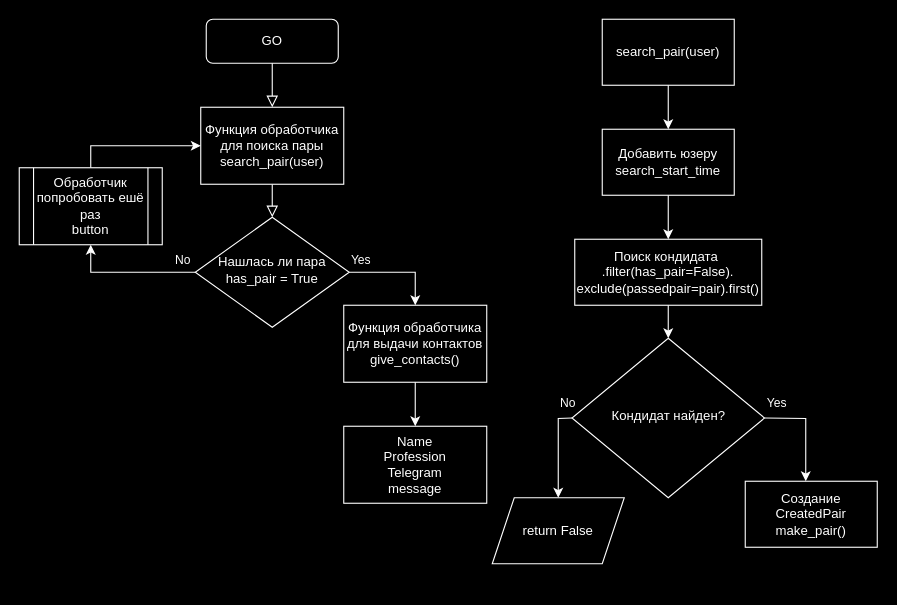
This is docs/flowchart_search_pair.drawio from Studio-Yandex-Practicum/RandomCoffeeBotTelegram, a draw.io file, before an edit. Source tidied: cells renumbered, new cells numbered last; positions are measured from the earlier drawing's top-left corner, leaving out a move shared by most shapes. Both pictures are drawn from the tidied source at 110%, with x=0, y=0 at pixel (19, 19).
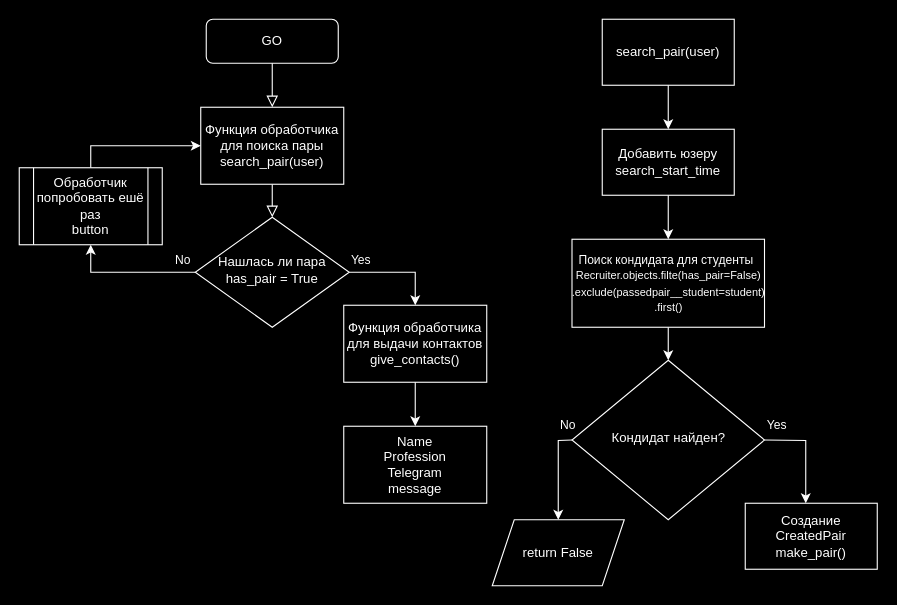
The same page after the edit.

Commit message (it also covers changes not shown here):
changed algorithm to search pair

What changed in the source:
```diff
@@
     <mxCell id="19" value="Кондидат найден?" style="rhombus;whiteSpace=wrap;html=1;shadow=0;fontFamily=Helvetica;fontSize=12;align=center;strokeWidth=1;spacing=6;spacingTop=-4;fillColor=#000000;strokeColor=#FFFFFF;fontColor=#FFFFFF;" parent="1" vertex="1">
-      <mxGeometry x="502.5" y="290" width="175" height="145" as="geometry" />
+      <mxGeometry x="502.5" y="310" width="175" height="145" as="geometry" />
     </mxCell>
     <mxCell id="20" style="endArrow=classic;html=1;rounded=0;exitX=1;exitY=0.5;exitDx=0;exitDy=0;entryX=0.5;entryY=0;entryDx=0;entryDy=0;fillColor=#b0e3e6;strokeColor=#FFFFFF;fontColor=#FFFFFF;" parent="1" edge="1" source="19">
       <mxGeometry relative="1" as="geometry">
-        <mxPoint x="715" y="420" as="targetPoint" />
+        <mxPoint x="715" y="440" as="targetPoint" />
         <Array as="points">
-          <mxPoint x="715" y="363" />
+          <mxPoint x="715" y="383" />
         </Array>
       </mxGeometry>
     </mxCell>
@@
     <mxCell id="22" value="&lt;span style=&quot;font-family: Helvetica; font-size: 11px; font-style: normal; font-variant-ligatures: normal; font-variant-caps: normal; font-weight: 400; letter-spacing: normal; orphans: 2; text-align: center; text-indent: 0px; text-transform: none; widows: 2; word-spacing: 0px; -webkit-text-stroke-width: 0px; text-decoration-thickness: initial; text-decoration-style: initial; text-decoration-color: initial; float: none; display: inline !important;&quot;&gt;Yes&lt;/span&gt;" style="text;whiteSpace=wrap;html=1;fillColor=none;labelBackgroundColor=none;fontColor=#FFFFFF;" parent="1" vertex="1">
-      <mxGeometry x="677.5" y="335" width="50" height="40" as="geometry" />
+      <mxGeometry x="677.5" y="355" width="50" height="40" as="geometry" />
     </mxCell>
     <mxCell id="23" value="Создание CreatedPair&lt;br&gt;make_pair()" style="rounded=0;whiteSpace=wrap;html=1;fillColor=#000000;strokeColor=#FFFFFF;fontColor=#FFFFFF;" parent="1" vertex="1">
-      <mxGeometry x="660" y="420" width="120" height="60" as="geometry" />
+      <mxGeometry x="660" y="440" width="120" height="60" as="geometry" />
     </mxCell>
     <mxCell id="24" style="endArrow=classic;html=1;rounded=0;exitX=0;exitY=0.5;exitDx=0;exitDy=0;entryX=0.5;entryY=0;entryDx=0;entryDy=0;fillColor=#b0e3e6;strokeColor=#FFFFFF;fontColor=#FFFFFF;" parent="1" edge="1" source="19" target="25">
       <mxGeometry relative="1" as="geometry">
         <Array as="points">
-          <mxPoint x="490" y="363" />
+          <mxPoint x="490" y="383" />
         </Array>
       </mxGeometry>
     </mxCell>
     <mxCell id="25" value="return False" style="shape=parallelogram;perimeter=parallelogramPerimeter;whiteSpace=wrap;html=1;fixedSize=1;fillColor=#000000;strokeColor=#FFFFFF;fontColor=#FFFFFF;" parent="1" vertex="1">
-      <mxGeometry x="430" y="435" width="120" height="60" as="geometry" />
+      <mxGeometry x="430" y="455" width="120" height="60" as="geometry" />
     </mxCell>
     <mxCell id="26" value="&lt;span style=&quot;font-family: Helvetica; font-size: 11px; font-style: normal; font-variant-ligatures: normal; font-variant-caps: normal; font-weight: 400; letter-spacing: normal; orphans: 2; text-align: center; text-indent: 0px; text-transform: none; widows: 2; word-spacing: 0px; -webkit-text-stroke-width: 0px; text-decoration-thickness: initial; text-decoration-style: initial; text-decoration-color: initial; float: none; display: inline !important;&quot;&gt;No&lt;/span&gt;" style="text;whiteSpace=wrap;html=1;fillColor=none;gradientColor=default;strokeColor=none;labelBackgroundColor=none;fontColor=#FFFFFF;" parent="1" vertex="1">
-      <mxGeometry x="490" y="335" width="50" height="40" as="geometry" />
+      <mxGeometry x="490" y="355" width="50" height="40" as="geometry" />
     </mxCell>
-    <mxCell id="27" value="Поиск кондидата&amp;nbsp;&lt;br&gt;.filter(has_pair=False).&lt;br&gt;exclude(passedpair=pair).first()" style="rounded=0;whiteSpace=wrap;html=1;fillColor=#000000;strokeColor=#FFFFFF;fontColor=#FFFFFF;" parent="1" vertex="1">
-      <mxGeometry x="505" y="200" width="170" height="60" as="geometry" />
+    <mxCell id="27" value="&lt;font style=&quot;font-size: 10px;&quot;&gt;&lt;font style=&quot;font-size: 11px;&quot;&gt;Поиск кондидата для студенты&lt;/font&gt;&lt;span style=&quot;font-size: 8px;&quot;&gt;&amp;nbsp;&amp;nbsp;&lt;/span&gt;&lt;br&gt;&lt;span style=&quot;&quot;&gt;Recruiter.objects.filte(has_pair=False)&lt;br&gt;.exclude&lt;/span&gt;&lt;span style=&quot;&quot;&gt;(passedpair__student=student)&lt;br&gt;.first()&lt;/span&gt;&lt;/font&gt;" style="rounded=0;whiteSpace=wrap;html=1;fillColor=#000000;strokeColor=#FFFFFF;fontColor=#FFFFFF;" parent="1" vertex="1">
+      <mxGeometry x="502.5" y="200" width="175" height="80" as="geometry" />
     </mxCell>
-    <mxCell id="28" style="endArrow=classic;html=1;rounded=0;exitX=0.5;exitY=1;exitDx=0;exitDy=0;entryX=0.5;entryY=0;entryDx=0;entryDy=0;fillColor=#b0e3e6;strokeColor=#FFFFFF;fontColor=#FFFFFF;" parent="1" edge="1" source="27" target="19">
-      <mxGeometry relative="1" as="geometry" />
+    <mxCell id="28" style="endArrow=classic;html=1;rounded=0;exitX=0.5;exitY=1;exitDx=0;exitDy=0;entryX=0.5;entryY=0;entryDx=0;entryDy=0;fillColor=#b0e3e6;strokeColor=#FFFFFF;fontColor=#FFFFFF;" parent="1" edge="1" target="19">
+      <mxGeometry relative="1" as="geometry">
+        <mxPoint x="590" y="280" as="sourcePoint" />
+      </mxGeometry>
     </mxCell>
```
